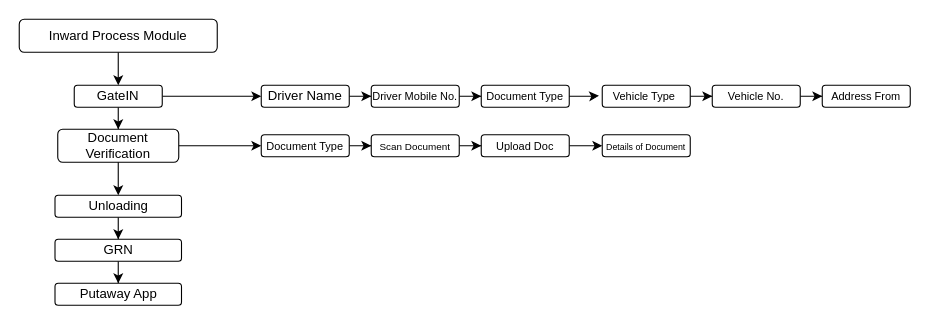
The draw.io diagram Untitled Diagram.drawio in Sagar-1990/JavaTutorial, before the edit. Source tidied: cells renumbered, new cells numbered last; positions are measured from the earlier drawing's top-left corner, leaving out a move shared by most shapes. Both pictures are drawn from the tidied source at 110%, with x=0, y=0 at pixel (19, 19).
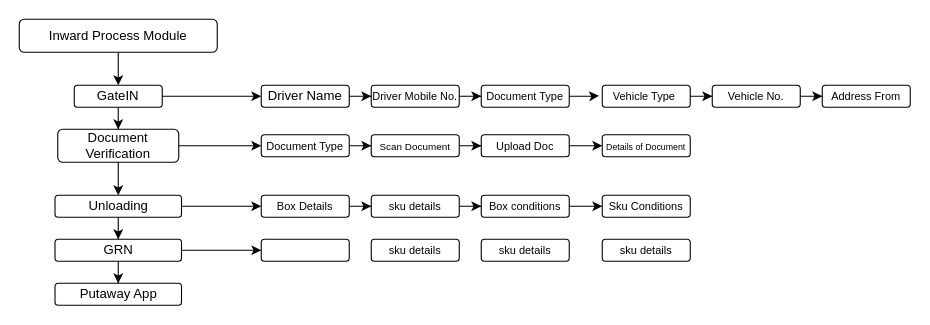
Above is the later version.

Unchanged cells that the change refers to:
```xml
<mxCell id="11" value="GRN" style="rounded=1;whiteSpace=wrap;html=1;" parent="1" vertex="1">
  <mxGeometry x="32.5" y="200" width="115" height="20" as="geometry" />
</mxCell>
<mxCell id="14" value="Unloading" style="rounded=1;whiteSpace=wrap;html=1;" parent="1" vertex="1">
  <mxGeometry x="32.5" y="160" width="115" height="20" as="geometry" />
</mxCell>
```

Change to the diagram source:
```diff
@@
+    <mxCell id="33" style="edgeStyle=orthogonalEdgeStyle;rounded=0;jettySize=auto;html=1;" parent="1" edge="1" source="11" target="42">
+      <mxGeometry relative="1" as="geometry" />
+    </mxCell>
@@
+    <mxCell id="34" style="edgeStyle=orthogonalEdgeStyle;rounded=0;jettySize=auto;html=1;" parent="1" edge="1" source="14" target="41">
+      <mxGeometry relative="1" as="geometry" />
+    </mxCell>
@@
+    <mxCell id="35" value="&lt;font style=&quot;font-size: 10px;&quot;&gt;Sku Conditions&lt;/font&gt;" style="rounded=1;whiteSpace=wrap;html=1;" parent="1" vertex="1">
+      <mxGeometry x="530" y="160" width="80" height="20" as="geometry" />
+    </mxCell>
+    <mxCell id="36" style="edgeStyle=orthogonalEdgeStyle;rounded=0;jettySize=auto;html=1;" parent="1" edge="1" source="37" target="35">
+      <mxGeometry relative="1" as="geometry" />
+    </mxCell>
+    <mxCell id="37" value="&lt;font style=&quot;font-size: 10px;&quot;&gt;Box conditions&lt;/font&gt;" style="rounded=1;whiteSpace=wrap;html=1;" parent="1" vertex="1">
+      <mxGeometry x="420" y="160" width="80" height="20" as="geometry" />
+    </mxCell>
+    <mxCell id="38" style="edgeStyle=orthogonalEdgeStyle;rounded=0;jettySize=auto;html=1;" parent="1" edge="1" source="39" target="37">
+      <mxGeometry relative="1" as="geometry" />
+    </mxCell>
+    <mxCell id="39" value="&lt;span style=&quot;font-size: 10px;&quot;&gt;sk&lt;/span&gt;&lt;span style=&quot;font-size: 10px; background-color: initial;&quot;&gt;u details&lt;/span&gt;" style="rounded=1;whiteSpace=wrap;html=1;" parent="1" vertex="1">
+      <mxGeometry x="320" y="160" width="80" height="20" as="geometry" />
+    </mxCell>
+    <mxCell id="40" style="edgeStyle=orthogonalEdgeStyle;rounded=0;jettySize=auto;html=1;" parent="1" edge="1" source="41" target="39">
+      <mxGeometry relative="1" as="geometry" />
+    </mxCell>
+    <mxCell id="41" value="&lt;span style=&quot;font-size: 10px;&quot;&gt;Box Details&lt;/span&gt;" style="rounded=1;whiteSpace=wrap;html=1;" parent="1" vertex="1">
+      <mxGeometry x="220" y="160" width="80" height="20" as="geometry" />
+    </mxCell>
+    <mxCell id="42" style="rounded=1;whiteSpace=wrap;html=1;" parent="1" vertex="1">
+      <mxGeometry x="220" y="200" width="80" height="20" as="geometry" />
+    </mxCell>
+    <mxCell id="43" value="&lt;span style=&quot;font-size: 10px;&quot;&gt;sk&lt;/span&gt;&lt;span style=&quot;font-size: 10px; background-color: initial;&quot;&gt;u details&lt;/span&gt;" style="rounded=1;whiteSpace=wrap;html=1;" parent="1" vertex="1">
+      <mxGeometry x="530" y="200" width="80" height="20" as="geometry" />
+    </mxCell>
+    <mxCell id="44" value="&lt;span style=&quot;font-size: 10px;&quot;&gt;sk&lt;/span&gt;&lt;span style=&quot;font-size: 10px; background-color: initial;&quot;&gt;u details&lt;/span&gt;" style="rounded=1;whiteSpace=wrap;html=1;" parent="1" vertex="1">
+      <mxGeometry x="420" y="200" width="80" height="20" as="geometry" />
+    </mxCell>
+    <mxCell id="45" value="&lt;span style=&quot;font-size: 10px;&quot;&gt;sk&lt;/span&gt;&lt;span style=&quot;font-size: 10px; background-color: initial;&quot;&gt;u details&lt;/span&gt;" style="rounded=1;whiteSpace=wrap;html=1;" parent="1" vertex="1">
+      <mxGeometry x="320" y="200" width="80" height="20" as="geometry" />
+    </mxCell>
```
